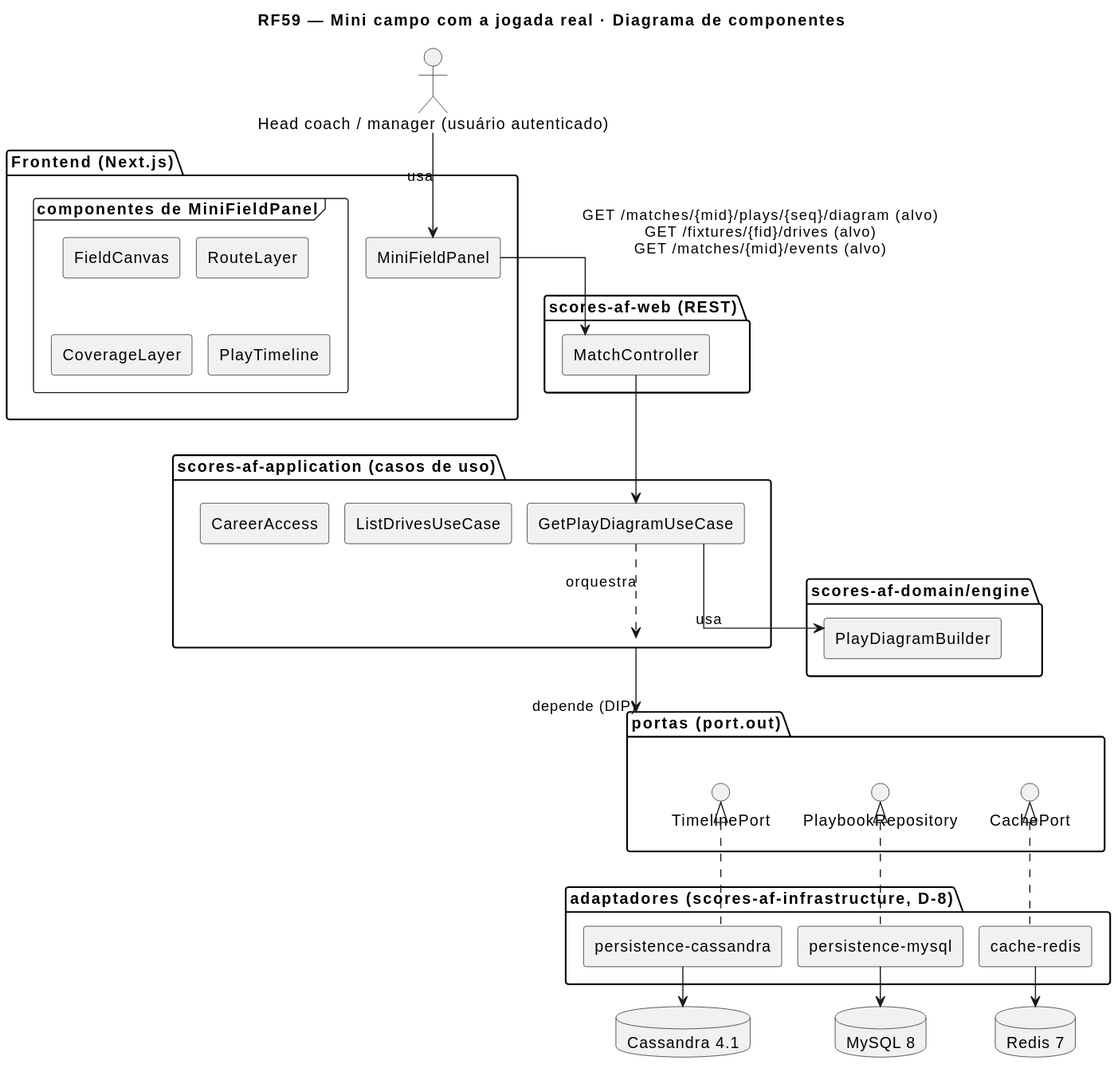
This is docs/RF59/RF59-cmp.svg from MatheusHaliski/Scores-American-Football, a PlantUML export, as it was before one commit.
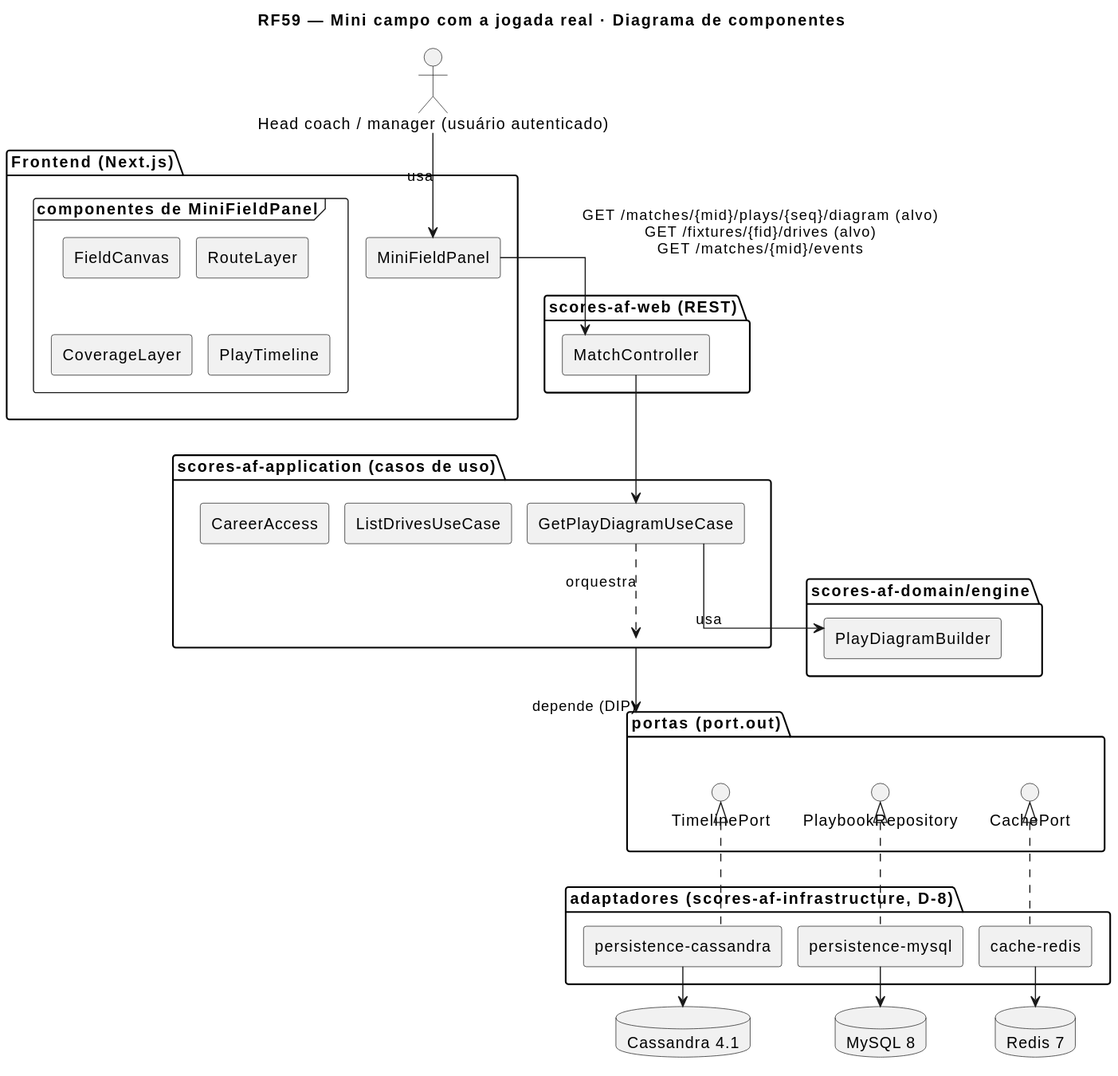
Above is the later version.

What changed in the source:
```diff
@@ -39,7 +39,7 @@
 database "Redis 7" as s2
 database "MySQL 8" as s3
 c1 --> c2 : usa
-c2 --> c7 : GET /matches/{mid}/plays/{seq}/diagram (alvo)\nGET /fixtures/{fid}/drives (alvo)\nGET /matches/{mid}/events (alvo)
+c2 --> c7 : GET /matches/{mid}/plays/{seq}/diagram (alvo)\nGET /fixtures/{fid}/drives (alvo)\nGET /matches/{mid}/events
 c7 --> c8
 c8 ..> pkg_app : orquestra
 c8 --> c11 : usa
```
